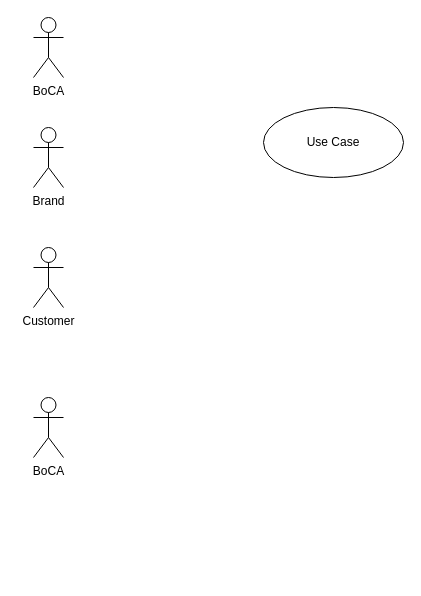
Earlier version of the draw.io diagram Tracing2020.drawio (NTT-TNN/draw). Source tidied: cells renumbered, new cells numbered last; positions are measured from the earlier drawing's top-left corner, leaving out a move shared by most shapes. Both pictures are drawn from the tidied source at 100%, with x=0, y=0 at pixel (33, 17).
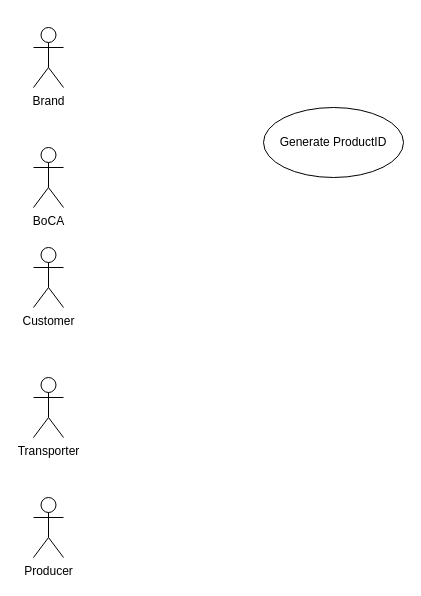
After the change.

What changed in the source:
```diff
@@
 <mxGraphModel>
   <root>
     <mxCell id="0" />
     <mxCell id="1" parent="0" />
     <mxCell id="2" value="Customer" style="shape=umlActor;html=1;verticalLabelPosition=bottom;verticalAlign=top;align=center;" parent="1" vertex="1">
       <mxGeometry y="230" width="30" height="60" as="geometry" />
     </mxCell>
-    <mxCell id="3" value="Use Case" style="ellipse;whiteSpace=wrap;html=1;" parent="1" vertex="1">
+    <mxCell id="3" value="Generate ProductID" style="ellipse;whiteSpace=wrap;html=1;" parent="1" vertex="1">
       <mxGeometry x="230" y="90" width="140" height="70" as="geometry" />
     </mxCell>
     <mxCell id="4" value="BoCA&lt;br&gt;" style="shape=umlActor;html=1;verticalLabelPosition=bottom;verticalAlign=top;align=center;" parent="1" vertex="1">
-      <mxGeometry width="30" height="60" as="geometry" />
+      <mxGeometry y="130" width="30" height="60" as="geometry" />
     </mxCell>
     <mxCell id="5" value="Brand" style="shape=umlActor;html=1;verticalLabelPosition=bottom;verticalAlign=top;align=center;" parent="1" vertex="1">
-      <mxGeometry y="110" width="30" height="60" as="geometry" />
+      <mxGeometry y="10" width="30" height="60" as="geometry" />
     </mxCell>
-    <mxCell id="6" value="BoCA&lt;br&gt;" style="shape=umlActor;html=1;verticalLabelPosition=bottom;verticalAlign=top;align=center;" parent="1" vertex="1">
-      <mxGeometry y="380" width="30" height="60" as="geometry" />
+    <mxCell id="6" value="Transporter" style="shape=umlActor;html=1;verticalLabelPosition=bottom;verticalAlign=top;align=center;" parent="1" vertex="1">
+      <mxGeometry y="360" width="30" height="60" as="geometry" />
     </mxCell>
+    <mxCell id="7" value="Producer" style="shape=umlActor;html=1;verticalLabelPosition=bottom;verticalAlign=top;align=center;" parent="1" vertex="1">
+      <mxGeometry y="480" width="30" height="60" as="geometry" />
+    </mxCell>
   </root>
 </mxGraphModel>
```
